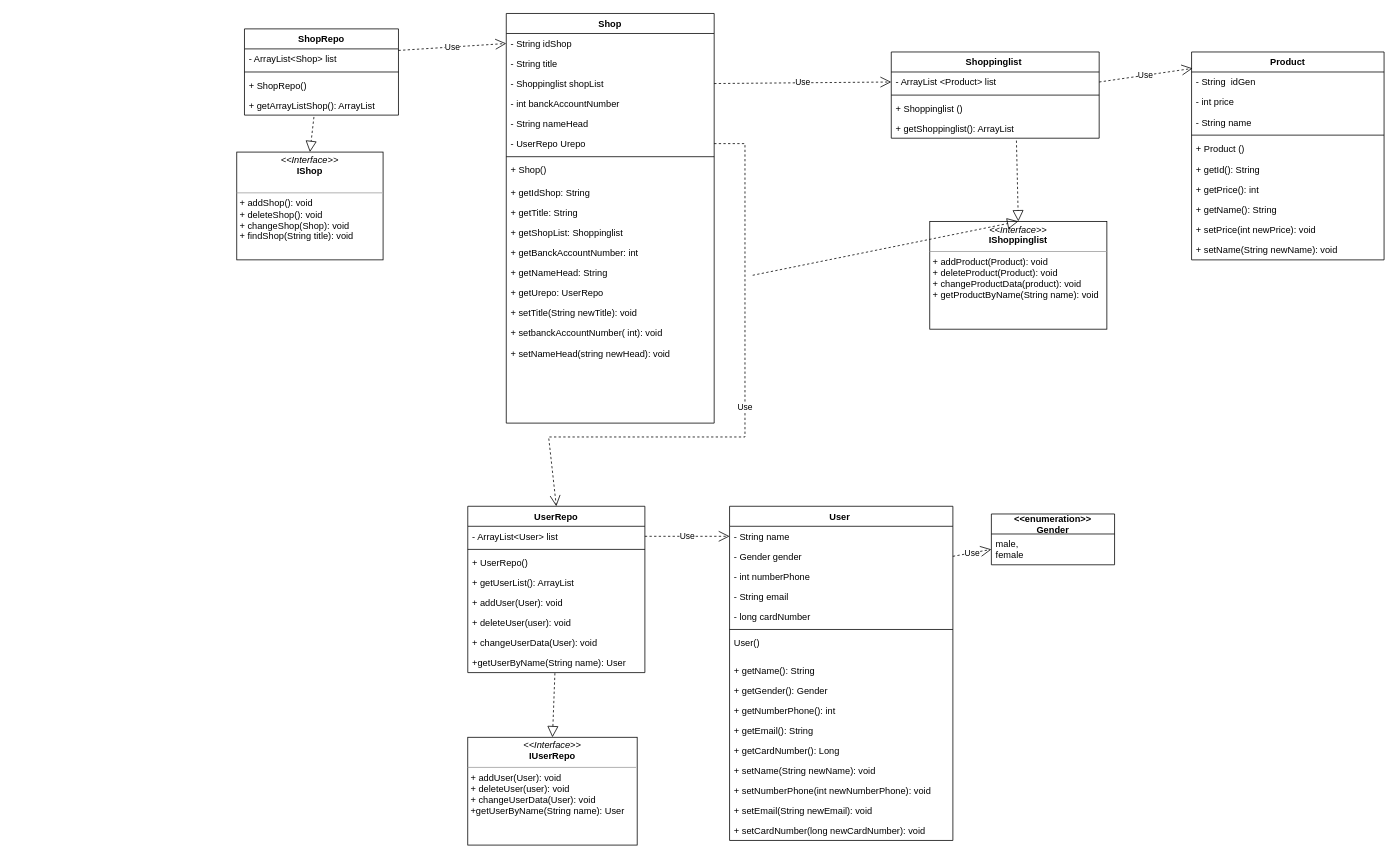
The draw.io diagram Marketplace (6).drawio in KuroTamashiAF/Software-architecture_HomeWork_5, before the edit. Source tidied: cells renumbered, new cells numbered last; positions are measured from the earlier drawing's top-left corner, leaving out a move shared by most shapes. Both pictures are drawn from the tidied source at 77%, with x=0, y=0 at pixel (236, 13).
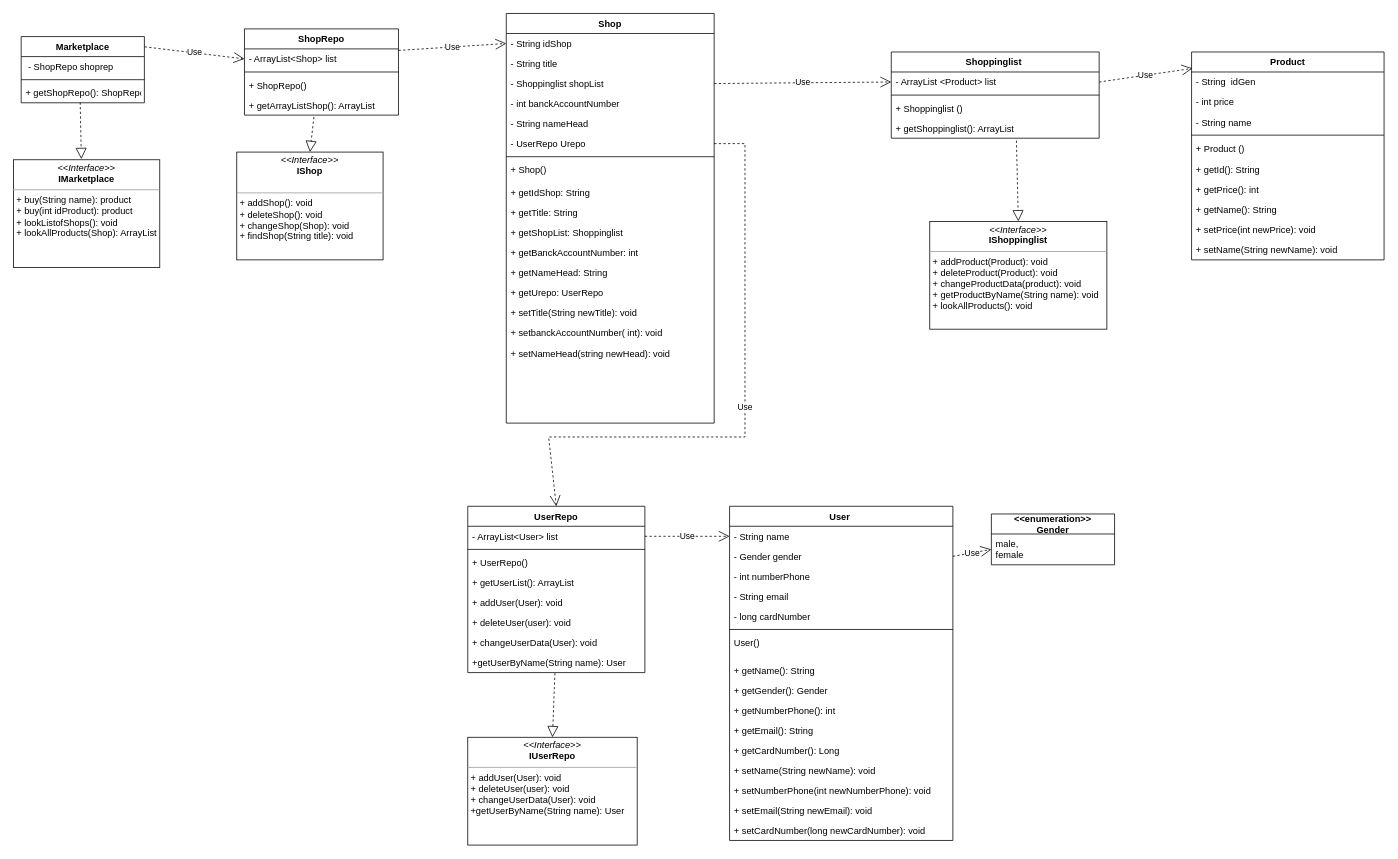
The same diagram, later.

Commit message:
add cls marcetplace and add method in cls shop LOOKALLPRODUCTS

The change refers to these unchanged cells:
```xml
<mxCell id="79" value="- ArrayList&lt;Shop&gt; list " style="text;strokeColor=none;fillColor=none;align=left;verticalAlign=top;spacingLeft=4;spacingRight=4;overflow=hidden;points=[[0,0.5],[1,0.5]];portConstraint=eastwest;" parent="78" vertex="1">
  <mxGeometry y="26" width="200" height="26" as="geometry" />
</mxCell>
```

Diff of the diagram source:
```diff
@@
-    <mxCell id="69" value="&lt;p style=&quot;margin:0px;margin-top:4px;text-align:center;&quot;&gt;&lt;i&gt;&amp;lt;&amp;lt;Interface&amp;gt;&amp;gt;&lt;/i&gt;&lt;br&gt;&lt;b&gt;IShoppinglist&lt;/b&gt;&lt;/p&gt;&lt;hr size=&quot;1&quot;&gt;&lt;p style=&quot;margin:0px;margin-left:4px;&quot;&gt;+ addProduct(Product): void&lt;/p&gt;&lt;p style=&quot;margin:0px;margin-left:4px;&quot;&gt;+ deleteProduct(Product): void&lt;/p&gt;&lt;p style=&quot;margin:0px;margin-left:4px;&quot;&gt;+ changeProductData(product): void&lt;/p&gt;&lt;p style=&quot;margin:0px;margin-left:4px;&quot;&gt;+ getProductByName(String name): void&lt;/p&gt;" style="verticalAlign=top;align=left;overflow=fill;fontSize=12;fontFamily=Helvetica;html=1;" parent="1" vertex="1">
+    <mxCell id="69" value="&lt;p style=&quot;margin:0px;margin-top:4px;text-align:center;&quot;&gt;&lt;i&gt;&amp;lt;&amp;lt;Interface&amp;gt;&amp;gt;&lt;/i&gt;&lt;br&gt;&lt;b&gt;IShoppinglist&lt;/b&gt;&lt;/p&gt;&lt;hr size=&quot;1&quot;&gt;&lt;p style=&quot;margin:0px;margin-left:4px;&quot;&gt;+ addProduct(Product): void&lt;/p&gt;&lt;p style=&quot;margin:0px;margin-left:4px;&quot;&gt;+ deleteProduct(Product): void&lt;/p&gt;&lt;p style=&quot;margin:0px;margin-left:4px;&quot;&gt;+ changeProductData(product): void&lt;/p&gt;&lt;p style=&quot;margin:0px;margin-left:4px;&quot;&gt;+ getProductByName(String name): void&lt;/p&gt;&lt;p style=&quot;margin:0px;margin-left:4px;&quot;&gt;+ lookAllProducts(): void&lt;/p&gt;" style="verticalAlign=top;align=left;overflow=fill;fontSize=12;fontFamily=Helvetica;html=1;" parent="1" vertex="1">
       <mxGeometry x="900" y="270" width="230" height="140" as="geometry" />
     </mxCell>
-    <mxCell id="70" style="endArrow=block;dashed=1;endFill=0;endSize=12;html=1;rounded=0;entryX=0.5;entryY=0;entryDx=0;entryDy=0;exitX=0.507;exitY=1.042;exitDx=0;exitDy=0;exitPerimeter=0;" parent="1" edge="1" target="69">
-      <mxGeometry relative="1" as="geometry">
-        <mxPoint x="670" y="340" as="sourcePoint" />
-      </mxGeometry>
-    </mxCell>
@@
+    <mxCell id="85" value="Marketplace" style="swimlane;fontStyle=1;align=center;verticalAlign=top;horizontal=1;startSize=26;" parent="1" vertex="1">
+      <mxGeometry x="-280" y="30" width="160" height="86" as="geometry" />
+    </mxCell>
+    <mxCell id="86" value=" - ShopRepo shoprep" style="text;strokeColor=none;fillColor=none;align=left;verticalAlign=top;spacingLeft=4;spacingRight=4;overflow=hidden;" parent="85" vertex="1">
+      <mxGeometry y="26" width="160" height="26" as="geometry" />
+    </mxCell>
+    <mxCell id="87" style="line;strokeWidth=1;fillColor=none;align=left;verticalAlign=middle;spacingTop=-1;spacingLeft=3;spacingRight=3;labelPosition=right;strokeColor=inherit;" parent="85" vertex="1">
+      <mxGeometry y="52" width="160" height="8" as="geometry" />
+    </mxCell>
+    <mxCell id="88" value="+ getShopRepo(): ShopRepo" style="text;strokeColor=none;fillColor=none;align=left;verticalAlign=top;spacingLeft=4;spacingRight=4;overflow=hidden;points=[[0,0.5],[1,0.5]];portConstraint=eastwest;" parent="85" vertex="1">
+      <mxGeometry y="60" width="160" height="26" as="geometry" />
+    </mxCell>
+    <mxCell id="89" value="Use" style="endArrow=open;endSize=12;dashed=1;html=1;rounded=0;exitX=1.002;exitY=0.155;exitDx=0;exitDy=0;entryX=0;entryY=0.5;entryDx=0;entryDy=0;exitPerimeter=0;" parent="1" edge="1" source="85" target="79">
+      <mxGeometry relative="1" as="geometry" />
+    </mxCell>
+    <mxCell id="90" value="&lt;p style=&quot;margin:0px;margin-top:4px;text-align:center;&quot;&gt;&lt;i&gt;&amp;lt;&amp;lt;Interface&amp;gt;&amp;gt;&lt;/i&gt;&lt;br&gt;&lt;b&gt;IMarketplace&lt;/b&gt;&lt;/p&gt;&lt;hr size=&quot;1&quot;&gt;&lt;p style=&quot;margin:0px;margin-left:4px;&quot;&gt;+ buy(String name): product&lt;/p&gt;&lt;p style=&quot;margin:0px;margin-left:4px;&quot;&gt;+ buy(int idProduct): product&lt;/p&gt;&lt;p style=&quot;margin:0px;margin-left:4px;&quot;&gt;+ lookListofShops(): void&lt;/p&gt;&lt;p style=&quot;margin:0px;margin-left:4px;&quot;&gt;+ lookAllProducts(Shop): ArrayList&lt;/p&gt;" style="verticalAlign=top;align=left;overflow=fill;fontSize=12;fontFamily=Helvetica;html=1;" parent="1" vertex="1">
+      <mxGeometry x="-290" y="190" width="190" height="140" as="geometry" />
+    </mxCell>
+    <mxCell id="91" style="endArrow=block;dashed=1;endFill=0;endSize=12;html=1;rounded=0;entryX=0.464;entryY=-0.006;entryDx=0;entryDy=0;exitX=0.479;exitY=0.984;exitDx=0;exitDy=0;exitPerimeter=0;entryPerimeter=0;" parent="1" edge="1" source="88" target="90">
+      <mxGeometry relative="1" as="geometry" />
+    </mxCell>
```
